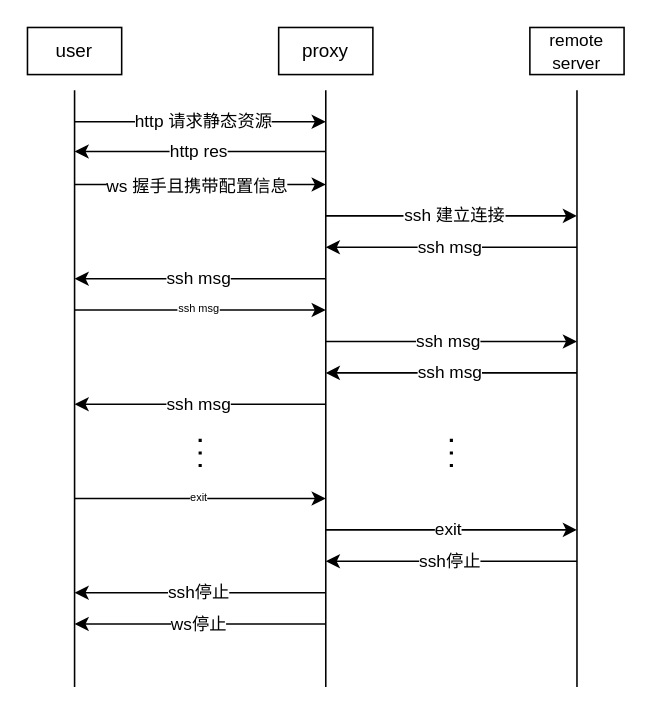
GeorgeI997/web-vpn keeps this draw.io diagram as ssh-sys-comm.drawio. Above is the earlier version. Source tidied: cells renumbered, new cells numbered last; positions are measured from the earlier drawing's top-left corner, leaving out a move shared by most shapes. Both pictures are drawn from the tidied source at 157%, with x=0, y=0 at pixel (27, 27).
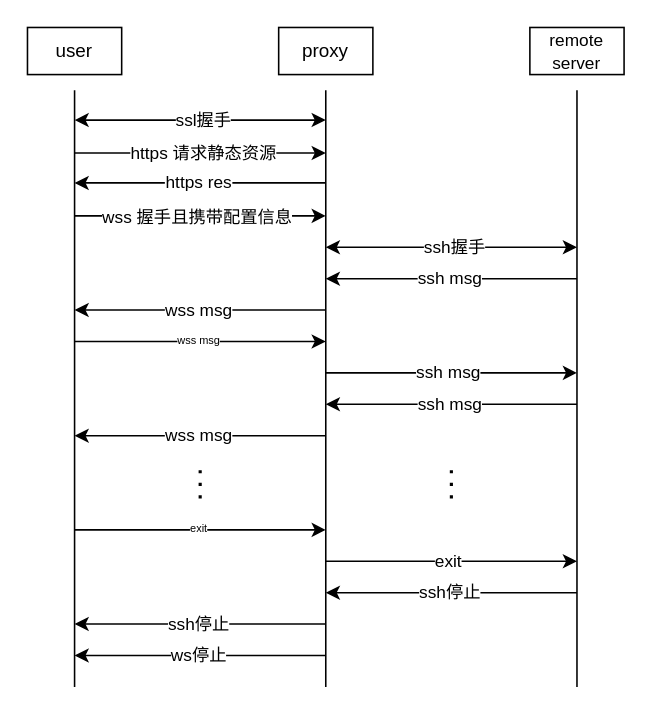
The same diagram, later.

Change to the diagram source:
```diff
@@
     <mxCell id="5" style="endArrow=classic;html=1;" parent="1" edge="1">
       <mxGeometry relative="1" as="geometry">
-        <mxPoint x="30" y="60" as="sourcePoint" />
-        <mxPoint x="190" y="60" as="targetPoint" />
+        <mxPoint x="30" y="80" as="sourcePoint" />
+        <mxPoint x="190" y="80" as="targetPoint" />
       </mxGeometry>
     </mxCell>
-    <mxCell id="6" value="http 请求静态资源" style="edgeLabel;html=1;align=center;verticalAlign=middle;" parent="5" vertex="1">
+    <mxCell id="6" value="https 请求静态资源" style="edgeLabel;html=1;align=center;verticalAlign=middle;" parent="5" vertex="1">
       <mxGeometry x="0.13" y="1" relative="1" as="geometry">
         <mxPoint x="-9" as="offset" />
       </mxGeometry>
     </mxCell>
@@
     <mxCell id="10" style="endArrow=classic;html=1;" parent="1" edge="1">
       <mxGeometry relative="1" as="geometry">
-        <mxPoint x="190" y="79" as="sourcePoint" />
-        <mxPoint x="30" y="79" as="targetPoint" />
+        <mxPoint x="190" y="99" as="sourcePoint" />
+        <mxPoint x="30" y="99" as="targetPoint" />
       </mxGeometry>
     </mxCell>
-    <mxCell id="11" value="http res" style="edgeLabel;html=1;align=center;verticalAlign=middle;" parent="10" vertex="1">
+    <mxCell id="11" value="https res" style="edgeLabel;html=1;align=center;verticalAlign=middle;" parent="10" vertex="1">
       <mxGeometry x="-0.16" y="-1" relative="1" as="geometry">
         <mxPoint x="-15" as="offset" />
       </mxGeometry>
     </mxCell>
     <mxCell id="12" style="endArrow=classic;html=1;" parent="1" edge="1">
       <mxGeometry relative="1" as="geometry">
-        <mxPoint x="30" y="100" as="sourcePoint" />
-        <mxPoint x="190" y="100" as="targetPoint" />
+        <mxPoint x="30" y="120" as="sourcePoint" />
+        <mxPoint x="190" y="120" as="targetPoint" />
       </mxGeometry>
     </mxCell>
-    <mxCell id="13" value="ws 握手且携带配置信息" style="edgeLabel;html=1;align=center;verticalAlign=middle;" parent="12" vertex="1">
+    <mxCell id="13" value="wss 握手且携带配置信息" style="edgeLabel;html=1;align=center;verticalAlign=middle;" parent="12" vertex="1">
       <mxGeometry x="0.19" relative="1" as="geometry">
         <mxPoint x="-18" as="offset" />
       </mxGeometry>
     </mxCell>
-    <mxCell id="14" style="endArrow=classic;html=1;" parent="1" edge="1">
+    <mxCell id="14" style="startArrow=classic;endArrow=classic;html=1;" parent="1" edge="1">
       <mxGeometry relative="1" as="geometry">
-        <mxPoint x="190" y="120" as="sourcePoint" />
-        <mxPoint x="350" y="120" as="targetPoint" />
+        <mxPoint x="190" y="140" as="sourcePoint" />
+        <mxPoint x="350" y="140" as="targetPoint" />
       </mxGeometry>
     </mxCell>
-    <mxCell id="15" value="ssh 建立连接" style="edgeLabel;html=1;align=center;verticalAlign=middle;" parent="14" vertex="1">
+    <mxCell id="15" value="ssh握手" style="edgeLabel;html=1;align=center;verticalAlign=middle;" parent="14" vertex="1">
       <mxGeometry x="0.13" y="1" relative="1" as="geometry">
         <mxPoint x="-9" as="offset" />
       </mxGeometry>
     </mxCell>
     <mxCell id="16" style="endArrow=classic;html=1;" parent="1" edge="1">
       <mxGeometry relative="1" as="geometry">
-        <mxPoint x="350" y="140" as="sourcePoint" />
-        <mxPoint x="190" y="140" as="targetPoint" />
+        <mxPoint x="350" y="160" as="sourcePoint" />
+        <mxPoint x="190" y="160" as="targetPoint" />
       </mxGeometry>
     </mxCell>
@@
     <mxCell id="18" style="endArrow=classic;html=1;" parent="1" edge="1">
       <mxGeometry relative="1" as="geometry">
-        <mxPoint x="190" y="160" as="sourcePoint" />
-        <mxPoint x="30" y="160" as="targetPoint" />
+        <mxPoint x="190" y="180" as="sourcePoint" />
+        <mxPoint x="30" y="180" as="targetPoint" />
       </mxGeometry>
     </mxCell>
-    <mxCell id="19" value="ssh msg" style="edgeLabel;html=1;align=center;verticalAlign=middle;" parent="18" vertex="1">
+    <mxCell id="19" value="wss msg" style="edgeLabel;html=1;align=center;verticalAlign=middle;" parent="18" vertex="1">
       <mxGeometry x="-0.16" y="-1" relative="1" as="geometry">
         <mxPoint x="-15" as="offset" />
       </mxGeometry>
     </mxCell>
     <mxCell id="20" style="endArrow=classic;html=1;" parent="1" edge="1">
       <mxGeometry relative="1" as="geometry">
-        <mxPoint x="30" y="180" as="sourcePoint" />
-        <mxPoint x="190" y="180" as="targetPoint" />
+        <mxPoint x="30" y="200" as="sourcePoint" />
+        <mxPoint x="190" y="200" as="targetPoint" />
       </mxGeometry>
     </mxCell>
-    <mxCell id="21" value="ssh msg" style="edgeLabel;html=1;align=center;verticalAlign=middle;fontSize=7;" parent="20" vertex="1">
+    <mxCell id="21" value="wss msg" style="edgeLabel;html=1;align=center;verticalAlign=middle;fontSize=7;" parent="20" vertex="1">
       <mxGeometry x="0.11" relative="1" as="geometry">
         <mxPoint x="-11" y="-1" as="offset" />
       </mxGeometry>
     </mxCell>
     <mxCell id="22" style="endArrow=classic;html=1;" parent="1" edge="1">
       <mxGeometry relative="1" as="geometry">
-        <mxPoint x="190" y="200" as="sourcePoint" />
-        <mxPoint x="350" y="200" as="targetPoint" />
+        <mxPoint x="190" y="220" as="sourcePoint" />
+        <mxPoint x="350" y="220" as="targetPoint" />
       </mxGeometry>
     </mxCell>
@@
     <mxCell id="24" style="endArrow=classic;html=1;" parent="1" edge="1">
       <mxGeometry relative="1" as="geometry">
-        <mxPoint x="350" y="220" as="sourcePoint" />
-        <mxPoint x="190" y="220" as="targetPoint" />
+        <mxPoint x="350" y="240" as="sourcePoint" />
+        <mxPoint x="190" y="240" as="targetPoint" />
       </mxGeometry>
     </mxCell>
@@
     <mxCell id="26" style="endArrow=classic;html=1;" parent="1" edge="1">
       <mxGeometry relative="1" as="geometry">
-        <mxPoint x="190" y="240" as="sourcePoint" />
-        <mxPoint x="30" y="240" as="targetPoint" />
+        <mxPoint x="190" y="260" as="sourcePoint" />
+        <mxPoint x="30" y="260" as="targetPoint" />
       </mxGeometry>
     </mxCell>
-    <mxCell id="27" value="ssh msg" style="edgeLabel;html=1;align=center;verticalAlign=middle;" parent="26" vertex="1">
+    <mxCell id="27" value="wss msg" style="edgeLabel;html=1;align=center;verticalAlign=middle;" parent="26" vertex="1">
       <mxGeometry x="-0.16" y="-1" relative="1" as="geometry">
         <mxPoint x="-15" as="offset" />
       </mxGeometry>
     </mxCell>
     <mxCell id="28" style="endArrow=none;dashed=1;html=1;dashPattern=1 3;strokeWidth=2;fontSize=7;" parent="1" edge="1">
       <mxGeometry relative="1" as="geometry">
-        <mxPoint x="110" y="280" as="sourcePoint" />
-        <mxPoint x="110" y="260" as="targetPoint" />
+        <mxPoint x="110" y="300" as="sourcePoint" />
+        <mxPoint x="110" y="280" as="targetPoint" />
       </mxGeometry>
     </mxCell>
     <mxCell id="29" style="endArrow=none;dashed=1;html=1;dashPattern=1 3;strokeWidth=2;fontSize=7;" parent="1" edge="1">
       <mxGeometry relative="1" as="geometry">
-        <mxPoint x="270" y="280" as="sourcePoint" />
-        <mxPoint x="270" y="260" as="targetPoint" />
+        <mxPoint x="270" y="300" as="sourcePoint" />
+        <mxPoint x="270" y="280" as="targetPoint" />
       </mxGeometry>
     </mxCell>
     <mxCell id="30" style="endArrow=classic;html=1;" parent="1" edge="1">
       <mxGeometry relative="1" as="geometry">
-        <mxPoint x="30" y="300" as="sourcePoint" />
-        <mxPoint x="190" y="300" as="targetPoint" />
+        <mxPoint x="30" y="320" as="sourcePoint" />
+        <mxPoint x="190" y="320" as="targetPoint" />
       </mxGeometry>
     </mxCell>
@@
     <mxCell id="32" style="endArrow=classic;html=1;" parent="1" edge="1">
       <mxGeometry relative="1" as="geometry">
-        <mxPoint x="190" y="320" as="sourcePoint" />
-        <mxPoint x="350" y="320" as="targetPoint" />
+        <mxPoint x="190" y="340" as="sourcePoint" />
+        <mxPoint x="350" y="340" as="targetPoint" />
       </mxGeometry>
     </mxCell>
@@
     <mxCell id="34" style="endArrow=classic;html=1;" parent="1" edge="1">
       <mxGeometry relative="1" as="geometry">
-        <mxPoint x="350" y="340" as="sourcePoint" />
-        <mxPoint x="190" y="340" as="targetPoint" />
+        <mxPoint x="350" y="360" as="sourcePoint" />
+        <mxPoint x="190" y="360" as="targetPoint" />
       </mxGeometry>
     </mxCell>
@@
     <mxCell id="36" style="endArrow=classic;html=1;" parent="1" edge="1">
       <mxGeometry relative="1" as="geometry">
-        <mxPoint x="190" y="360" as="sourcePoint" />
-        <mxPoint x="30" y="360" as="targetPoint" />
+        <mxPoint x="190" y="380" as="sourcePoint" />
+        <mxPoint x="30" y="380" as="targetPoint" />
       </mxGeometry>
     </mxCell>
@@
     <mxCell id="38" style="endArrow=classic;html=1;" parent="1" edge="1">
       <mxGeometry relative="1" as="geometry">
-        <mxPoint x="190" y="380" as="sourcePoint" />
-        <mxPoint x="30" y="380" as="targetPoint" />
+        <mxPoint x="190" y="400" as="sourcePoint" />
+        <mxPoint x="30" y="400" as="targetPoint" />
       </mxGeometry>
     </mxCell>
@@
+    <mxCell id="40" style="startArrow=classic;endArrow=classic;html=1;" parent="1" edge="1">
+      <mxGeometry relative="1" as="geometry">
+        <mxPoint x="30" y="59" as="sourcePoint" />
+        <mxPoint x="190" y="59" as="targetPoint" />
+      </mxGeometry>
+    </mxCell>
+    <mxCell id="41" value="ssl握手" style="edgeLabel;html=1;align=center;verticalAlign=middle;" parent="40" vertex="1">
+      <mxGeometry x="0.13" y="1" relative="1" as="geometry">
+        <mxPoint x="-9" as="offset" />
+      </mxGeometry>
+    </mxCell>
```
